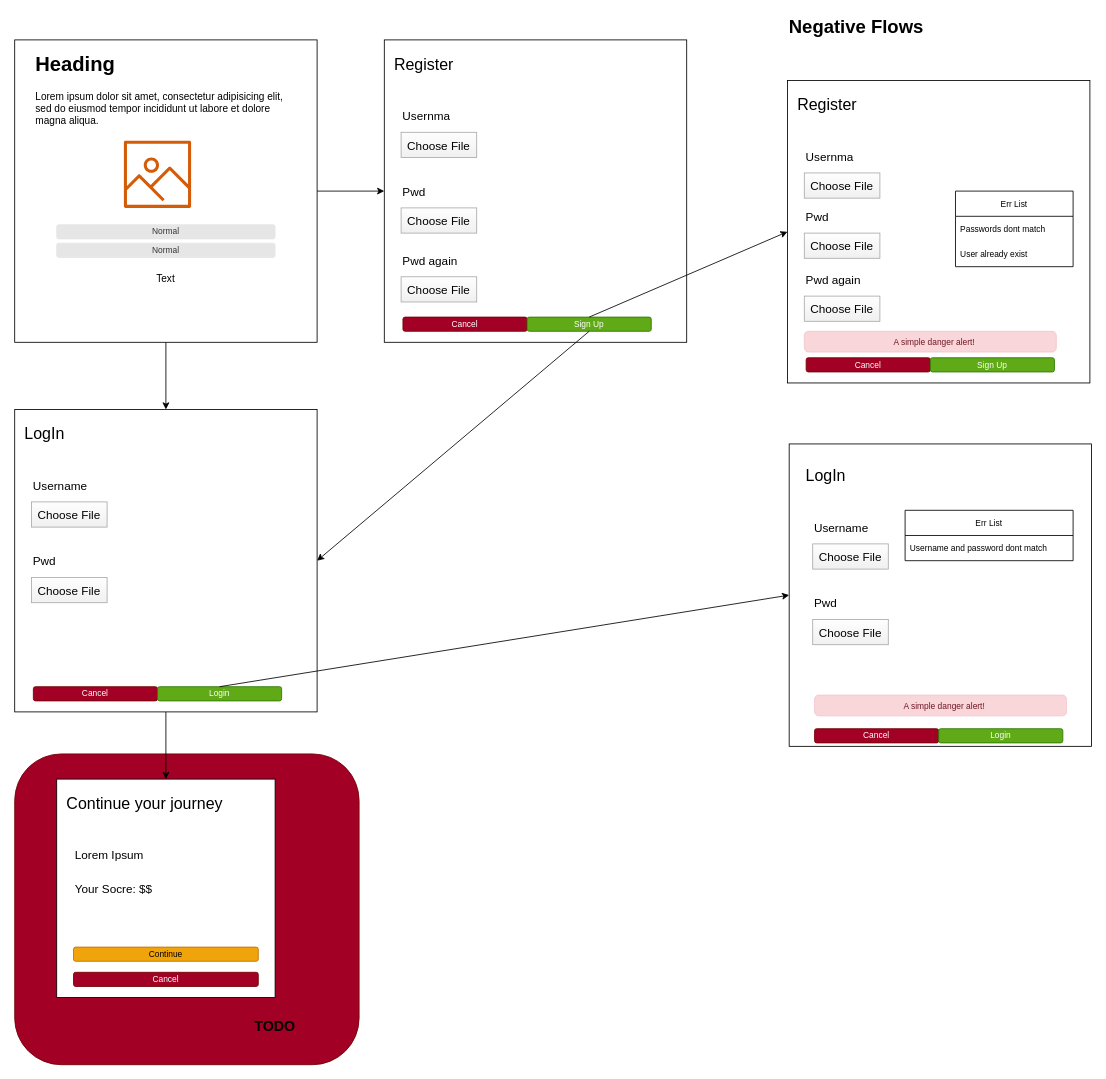
Above: page "homepage_journey" (1 of 2) of docs/homepage.drawio in ale-sanchez-g/responsivefight (draw.io), before the change. Source tidied: cells renumbered, new cells numbered last; positions are measured from the earlier drawing's top-left corner, leaving out a move shared by most shapes. Both pictures are drawn from the tidied source at 84%, with x=0, y=0 at pixel (14, 14).
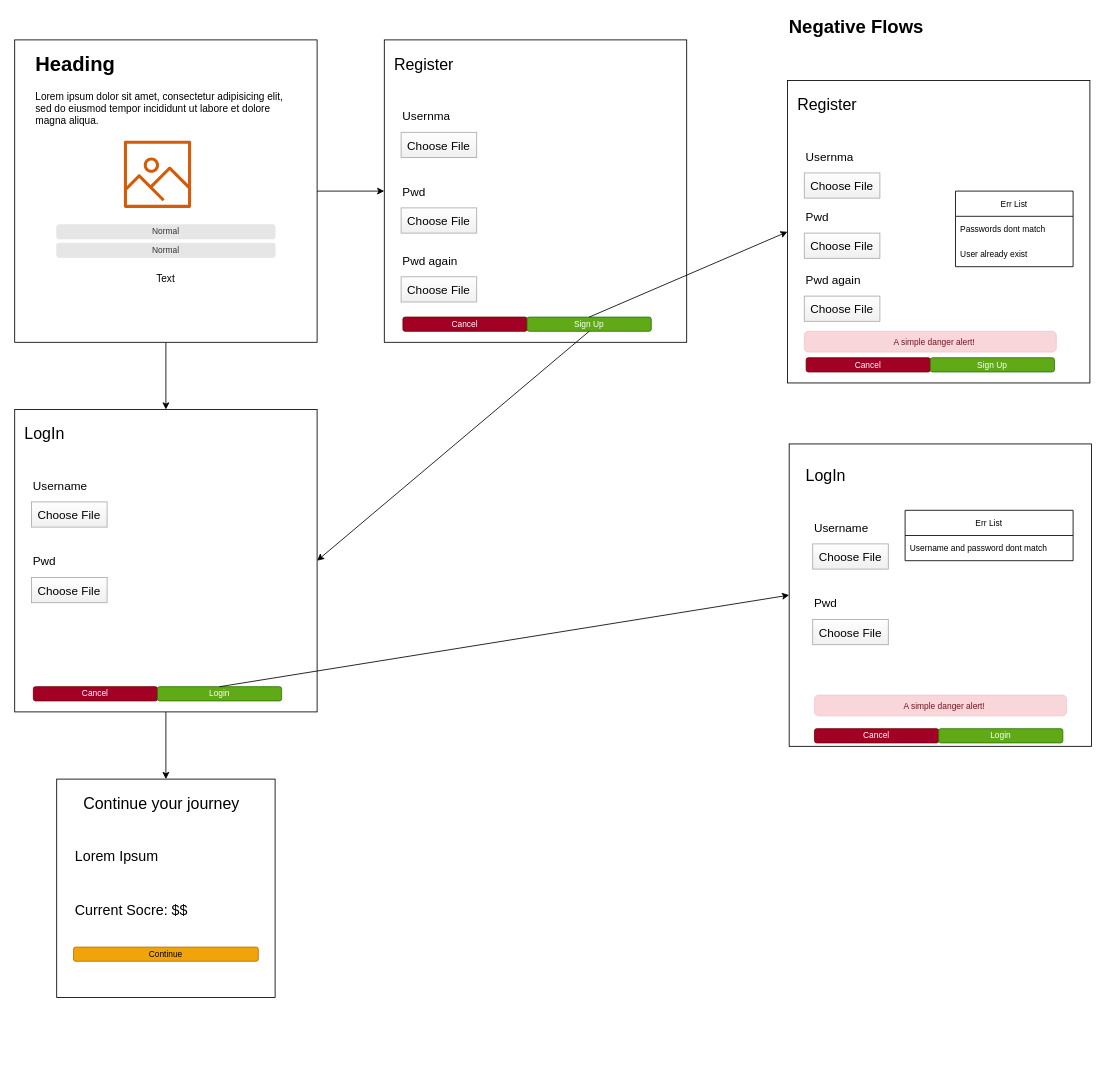
The same page after the edit.

Change to the diagram source:
```diff
@@
-    <mxCell id="2" style="rounded=1;whiteSpace=wrap;html=1;fillColor=#a20025;strokeColor=#6F0000;fontColor=#ffffff;" parent="1" vertex="1">
+    <mxCell id="2" style="rounded=1;whiteSpace=wrap;html=1;fillColor=none;strokeColor=#FFFFFF;fontColor=#ffffff;" parent="1" vertex="1">
       <mxGeometry y="880" width="410" height="370" as="geometry" />
     </mxCell>
@@
-    <mxCell id="60" value="&lt;font style=&quot;font-size: 19px&quot;&gt;Continue your journey&lt;/font&gt;" style="text;html=1;strokeColor=none;fillColor=none;align=left;verticalAlign=middle;whiteSpace=wrap;rounded=0;" parent="1" vertex="1">
+    <mxCell id="60" value="&lt;font style=&quot;font-size: 19px&quot;&gt;Continue your journey&lt;/font&gt;" style="text;html=1;strokeColor=none;fillColor=none;align=center;verticalAlign=middle;whiteSpace=wrap;rounded=0;" parent="1" vertex="1">
       <mxGeometry x="60" y="920" width="230" height="40" as="geometry" />
     </mxCell>
-    <mxCell id="61" value="Lorem Ipsum" style="fillColor=none;strokeColor=none;align=left;fontSize=14;" parent="1" vertex="1">
+    <mxCell id="61" value="Lorem Ipsum" style="fillColor=none;strokeColor=none;align=left;fontSize=17;" parent="1" vertex="1">
       <mxGeometry x="70" y="980" width="150" height="40" as="geometry" />
     </mxCell>
-    <mxCell id="62" value="Your Socre: $$ " style="fillColor=none;strokeColor=none;align=left;fontSize=14;" parent="1" vertex="1">
-      <mxGeometry x="70" y="1020" width="150" height="40" as="geometry" />
+    <mxCell id="62" value="Current Socre: $$ " style="fillColor=none;strokeColor=none;align=left;fontSize=17;" parent="1" vertex="1">
+      <mxGeometry x="70" y="1045" width="150" height="40" as="geometry" />
     </mxCell>
-    <mxCell id="63" value="Cancel" style="rounded=1;html=1;shadow=0;dashed=0;whiteSpace=wrap;fontSize=10;fillColor=#a20025;align=center;strokeColor=#6F0000;fontColor=#ffffff;" parent="1" vertex="1">
-      <mxGeometry x="70" y="1140" width="220" height="16.9" as="geometry" />
-    </mxCell>
@@
-    <mxCell id="65" value="&lt;font color=&quot;#000000&quot; size=&quot;1&quot;&gt;&lt;b style=&quot;font-size: 17px&quot;&gt;TODO&lt;/b&gt;&lt;/font&gt;" style="text;html=1;strokeColor=none;fillColor=none;align=center;verticalAlign=middle;whiteSpace=wrap;rounded=0;" parent="1" vertex="1">
-      <mxGeometry x="280" y="1190" width="60" height="30" as="geometry" />
-    </mxCell>
```
